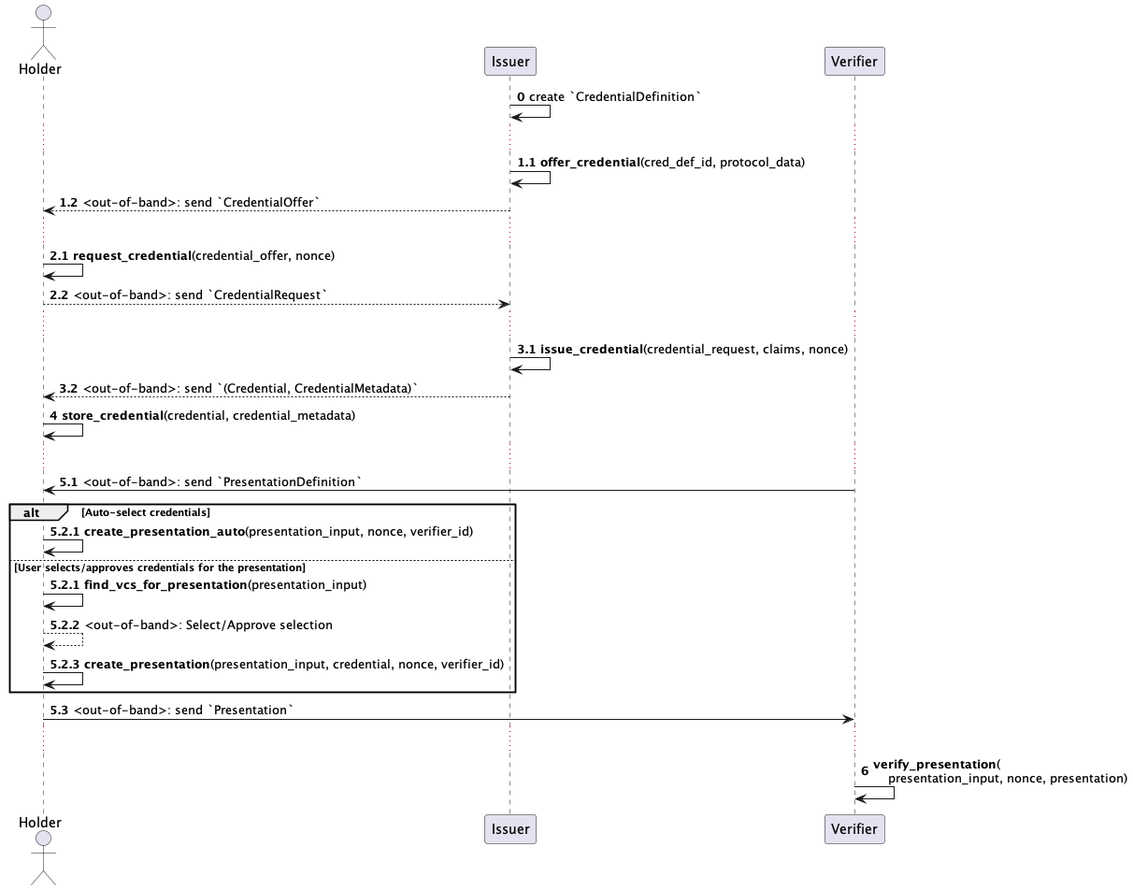
Before: docs/vc-core-api.png, a diagram exported from PlantUML (equs-ai/equs-credentials-sdk). Source of this version:
```plantuml
@startuml

autonumber

actor Holder as H
participant Issuer as I
participant Verifier as V

autonumber 0
I -> I: create `CredentialDefinition`

...

autonumber 1.1
I -> I: <b>offer_credential</b>(cred_def_id, protocol_data)
I --> H: <out-of-band>: send `CredentialOffer`

...

autonumber 2.1
H -> H: <b>request_credential</b>(credential_offer, nonce)
H --> I: <out-of-band>: send `CredentialRequest`

...

autonumber 3.1
I -> I: <b>issue_credential</b>(credential_request, claims, nonce)
I --> H: <out-of-band>: send `(Credential, CredentialMetadata)`
autonumber 4
H -> H: <b>store_credential</b>(credential, credential_metadata)

...

autonumber 5.1
V -> H: <out-of-band>: send `PresentationDefinition`

alt Auto-select credentials
autonumber 5.2.1
H -> H: <b>create_presentation_auto</b>(presentation_input, nonce, verifier_id)

else User selects/approves credentials for the presentation
autonumber 5.2.1
H -> H: <b>find_vcs_for_presentation</b>(presentation_input)
H --> H: <out-of-band>: Select/Approve selection
H -> H: <b>create_presentation</b>(presentation_input, credential, nonce, verifier_id)
end
autonumber 5.3
H -> V: <out-of-band>: send `Presentation`
...

autonumber 6
V -> V: <b>verify_presentation</b>(\n    presentation_input, nonce, presentation)

@enduml
```
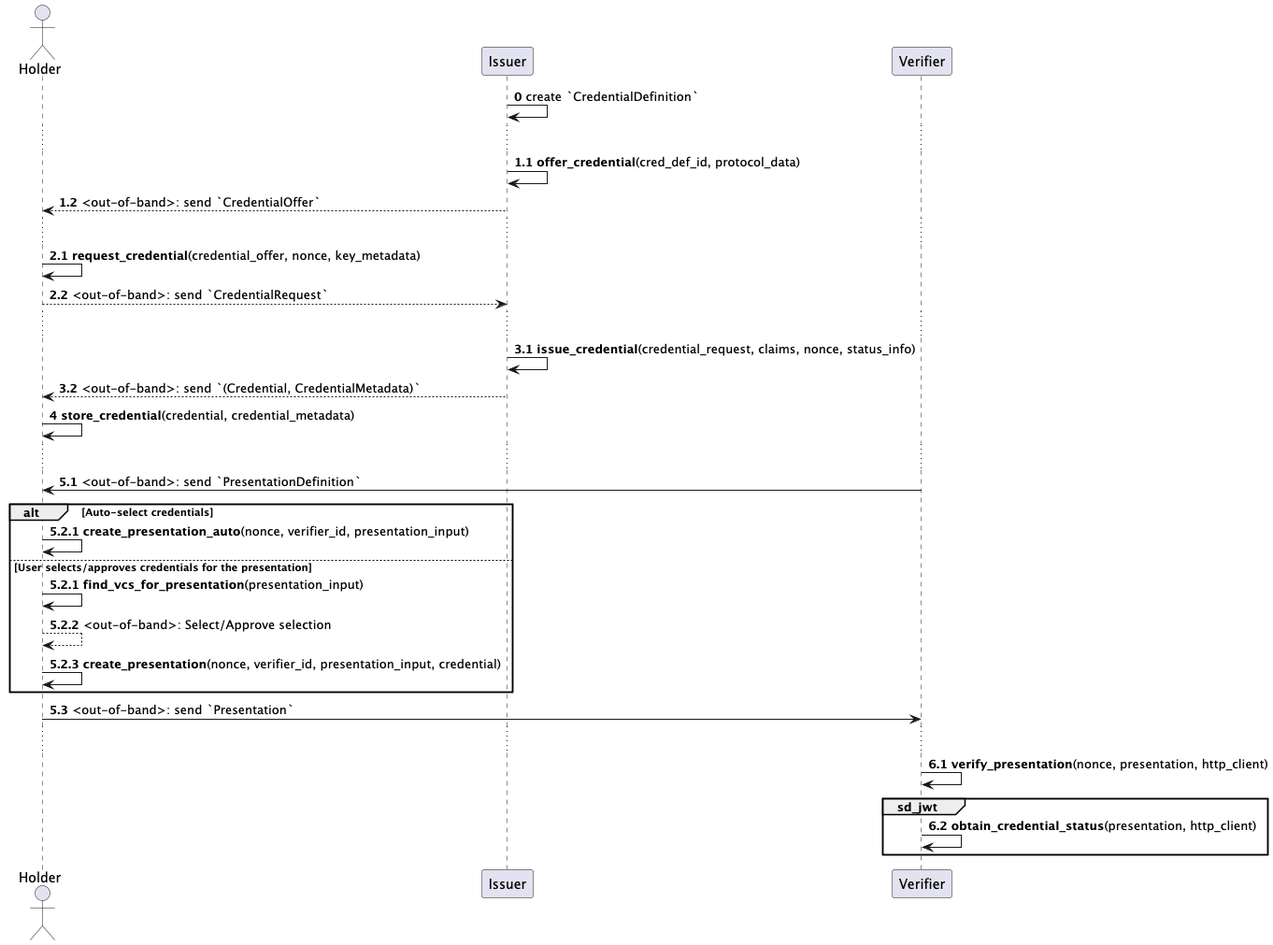
The same file after the commit.

Change to the diagram source:
```diff
@@ -18,13 +18,13 @@
 ...
 
 autonumber 2.1
-H -> H: <b>request_credential</b>(credential_offer, nonce)
+H -> H: <b>request_credential</b>(credential_offer, nonce, key_metadata)
 H --> I: <out-of-band>: send `CredentialRequest`
 
 ...
 
 autonumber 3.1
-I -> I: <b>issue_credential</b>(credential_request, claims, nonce)
+I -> I: <b>issue_credential</b>(credential_request, claims, nonce, status_info)
 I --> H: <out-of-band>: send `(Credential, CredentialMetadata)`
 autonumber 4
 H -> H: <b>store_credential</b>(credential, credential_metadata)
@@ -36,19 +36,23 @@
 
 alt Auto-select credentials
 autonumber 5.2.1
-H -> H: <b>create_presentation_auto</b>(presentation_input, nonce, verifier_id)
+H -> H: <b>create_presentation_auto</b>(nonce, verifier_id, presentation_input)
 
 else User selects/approves credentials for the presentation
 autonumber 5.2.1
 H -> H: <b>find_vcs_for_presentation</b>(presentation_input)
 H --> H: <out-of-band>: Select/Approve selection
-H -> H: <b>create_presentation</b>(presentation_input, credential, nonce, verifier_id)
+H -> H: <b>create_presentation</b>(nonce, verifier_id, presentation_input, credential)
 end
 autonumber 5.3
 H -> V: <out-of-band>: send `Presentation`
 ...
 
-autonumber 6
-V -> V: <b>verify_presentation</b>(\n    presentation_input, nonce, presentation)
+autonumber 6.1
+V -> V: <b>verify_presentation</b>(nonce, presentation, http_client)
+group sd_jwt
+V -> V: <b>obtain_credential_status</b>(presentation, http_client)
+end
+
 
 @enduml
```
